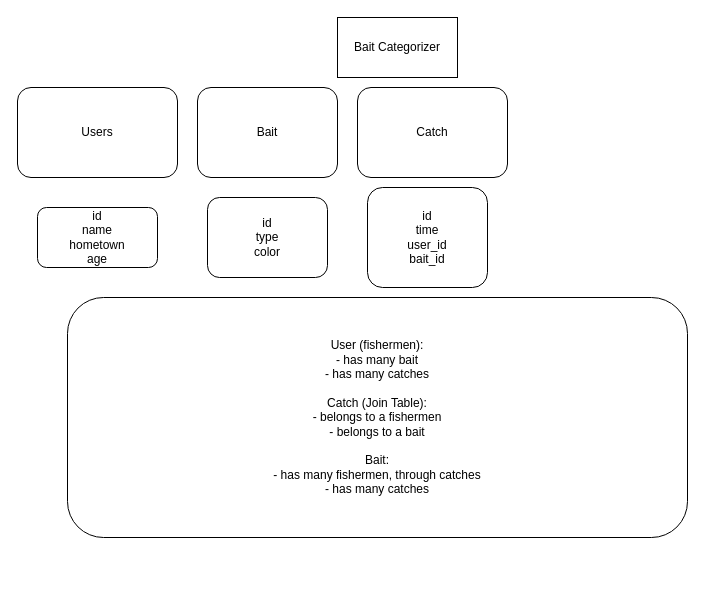
This is FishCatalogProjectOutline.drawio from ChrisBaum89/Sinatra_Portfolio_Project, a draw.io file, before an edit. Source tidied: cells renumbered, new cells numbered last; positions are measured from the earlier drawing's top-left corner, leaving out a move shared by most shapes. Both pictures are drawn from the tidied source at 100%, with x=0, y=0 at pixel (17, 17).
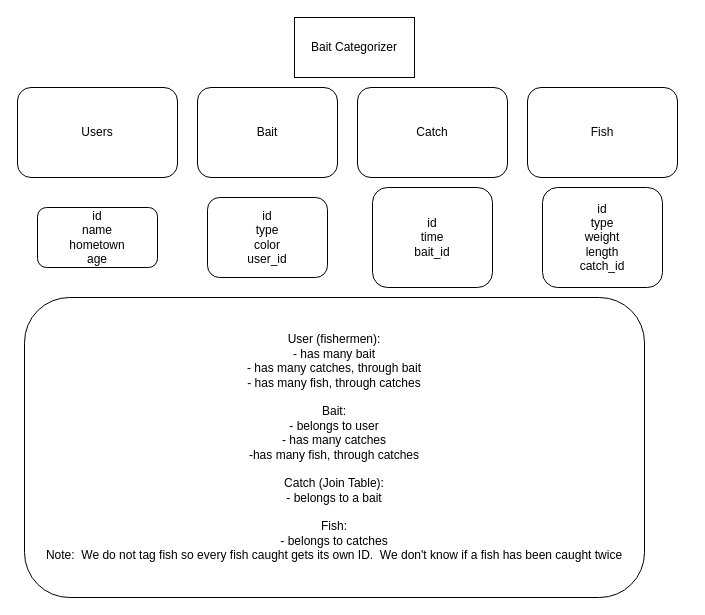
The same page after the edit.

Commit message:
cleaned up outline relations

The edit, as a diff of the source:
```diff
@@
 <mxGraphModel>
   <root>
     <mxCell id="0" />
     <mxCell id="1" parent="0" />
     <mxCell id="2" value="Bait Categorizer" style="rounded=0;whiteSpace=wrap;html=1;" parent="1" vertex="1">
-      <mxGeometry x="320" width="120" height="60" as="geometry" />
+      <mxGeometry x="277" width="120" height="60" as="geometry" />
     </mxCell>
     <mxCell id="3" value="Users" style="rounded=1;whiteSpace=wrap;html=1;" parent="1" vertex="1">
       <mxGeometry y="70" width="160" height="90" as="geometry" />
     </mxCell>
     <mxCell id="4" value="Bait" style="rounded=1;whiteSpace=wrap;html=1;" parent="1" vertex="1">
       <mxGeometry x="180" y="70" width="140" height="90" as="geometry" />
     </mxCell>
     <mxCell id="5" value="id&lt;br&gt;name&lt;br&gt;hometown&lt;br&gt;age" style="rounded=1;whiteSpace=wrap;html=1;" parent="1" vertex="1">
       <mxGeometry x="20" y="190" width="120" height="60" as="geometry" />
     </mxCell>
-    <mxCell id="6" value="id&lt;br&gt;type&lt;br&gt;color" style="rounded=1;whiteSpace=wrap;html=1;" parent="1" vertex="1">
+    <mxCell id="6" value="id&lt;br&gt;type&lt;br&gt;color&lt;br&gt;user_id" style="rounded=1;whiteSpace=wrap;html=1;" parent="1" vertex="1">
       <mxGeometry x="190" y="180" width="120" height="80" as="geometry" />
     </mxCell>
     <mxCell id="7" value="Catch" style="rounded=1;whiteSpace=wrap;html=1;" parent="1" vertex="1">
       <mxGeometry x="340" y="70" width="150" height="90" as="geometry" />
     </mxCell>
-    <mxCell id="8" value="id&lt;br&gt;time&lt;br&gt;user_id&lt;br&gt;bait_id" style="rounded=1;whiteSpace=wrap;html=1;" parent="1" vertex="1">
-      <mxGeometry x="350" y="170" width="120" height="100" as="geometry" />
+    <mxCell id="8" value="id&lt;br&gt;time&lt;br&gt;bait_id" style="rounded=1;whiteSpace=wrap;html=1;" parent="1" vertex="1">
+      <mxGeometry x="355" y="170" width="120" height="100" as="geometry" />
     </mxCell>
-    <mxCell id="9" value="User (fishermen):&lt;br&gt;- has many bait&lt;br&gt;- has many catches&lt;br&gt;&lt;br&gt;Catch (Join Table):&lt;br&gt;- belongs to a fishermen&lt;br&gt;- belongs to a bait&lt;br&gt;&lt;br&gt;Bait:&lt;br&gt;- has many fishermen, through catches&lt;br&gt;- has many catches" style="rounded=1;whiteSpace=wrap;html=1;" parent="1" vertex="1">
-      <mxGeometry x="50" y="280" width="620" height="240" as="geometry" />
+    <mxCell id="9" value="User (fishermen):&lt;br&gt;- has many bait&lt;br&gt;- has many catches, through bait&lt;br&gt;- has many fish, through catches&lt;br&gt;&lt;br&gt;Bait:&lt;br&gt;- belongs to user&lt;br&gt;- has many catches&lt;br&gt;-has many fish, through catches&lt;br&gt;&lt;br&gt;Catch (Join Table):&lt;br&gt;- belongs to a bait&lt;br&gt;&lt;br&gt;Fish:&lt;br&gt;- belongs to catches&lt;br&gt;Note:&amp;nbsp; We do not tag fish so every fish caught gets its own ID.&amp;nbsp; We don't know if a fish has been caught twice" style="rounded=1;whiteSpace=wrap;html=1;" parent="1" vertex="1">
+      <mxGeometry x="7" y="280" width="620" height="300" as="geometry" />
     </mxCell>
+    <mxCell id="10" value="Fish" style="rounded=1;whiteSpace=wrap;html=1;" parent="1" vertex="1">
+      <mxGeometry x="510" y="70" width="150" height="90" as="geometry" />
+    </mxCell>
+    <mxCell id="11" value="id&lt;br&gt;type&lt;br&gt;weight&lt;br&gt;length&lt;br&gt;catch_id" style="rounded=1;whiteSpace=wrap;html=1;" parent="1" vertex="1">
+      <mxGeometry x="525" y="170" width="120" height="100" as="geometry" />
+    </mxCell>
   </root>
 </mxGraphModel>
```
